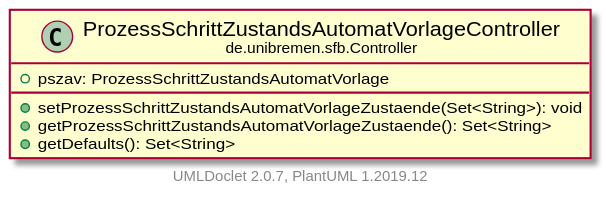
Earlier version of the PlantUML export doc/UML/modulsichtSVG/ProzessSchrittZustandsAutomatVorlageController.svg (fkehlenb/softwareprojekt-2). Source of this version:
```plantuml
@startuml
    set namespaceSeparator none
    hide empty fields
    hide empty methods

    class "<size:14>ProzessSchrittZustandsAutomatVorlageController\n<size:10>de.unibremen.sfb.Controller" as de.unibremen.sfb.Controller.ProzessSchrittZustandsAutomatVorlageController [[ProzessSchrittZustandsAutomatVorlageController.html]] {
        +pszav: ProzessSchrittZustandsAutomatVorlage
        +setProzessSchrittZustandsAutomatVorlageZustaende(Set<String>): void
        +getProzessSchrittZustandsAutomatVorlageZustaende(): Set<String>
        +getDefaults(): Set<String>
    }

    center footer UMLDoclet 2.0.7, PlantUML 1.2019.12
@enduml
```
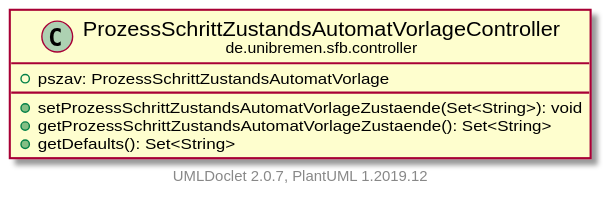
Later version of the same file.

Change to the diagram source:
```diff
@@ -3,7 +3,7 @@
     hide empty fields
     hide empty methods
 
-    class "<size:14>ProzessSchrittZustandsAutomatVorlageController\n<size:10>de.unibremen.sfb.Controller" as de.unibremen.sfb.Controller.ProzessSchrittZustandsAutomatVorlageController [[ProzessSchrittZustandsAutomatVorlageController.html]] {
+    class "<size:14>ProzessSchrittZustandsAutomatVorlageController\n<size:10>de.unibremen.sfb.controller" as de.unibremen.sfb.controller.ProzessSchrittZustandsAutomatVorlageController [[ProzessSchrittZustandsAutomatVorlageController.html]] {
         +pszav: ProzessSchrittZustandsAutomatVorlage
         +setProzessSchrittZustandsAutomatVorlageZustaende(Set<String>): void
         +getProzessSchrittZustandsAutomatVorlageZustaende(): Set<String>
```
